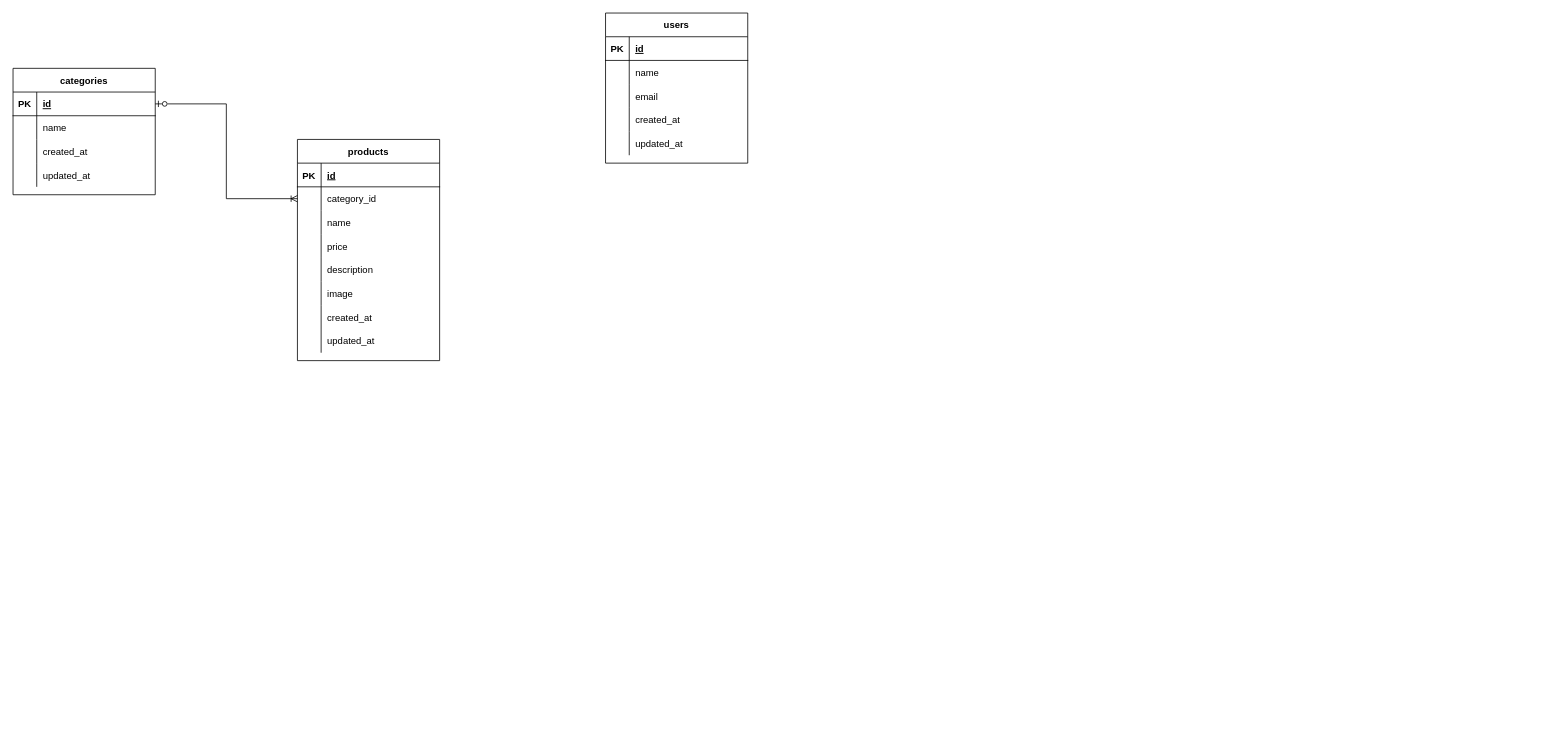
This is laravel-ecommerce.drawio from DaniHidayat/laravel-ecommerce, a draw.io file, before an edit. Source tidied: cells renumbered, new cells numbered last; positions are measured from the earlier drawing's top-left corner, leaving out a move shared by most shapes. Both pictures are drawn from the tidied source at 79%, with x=0, y=0 at pixel (13, 13).
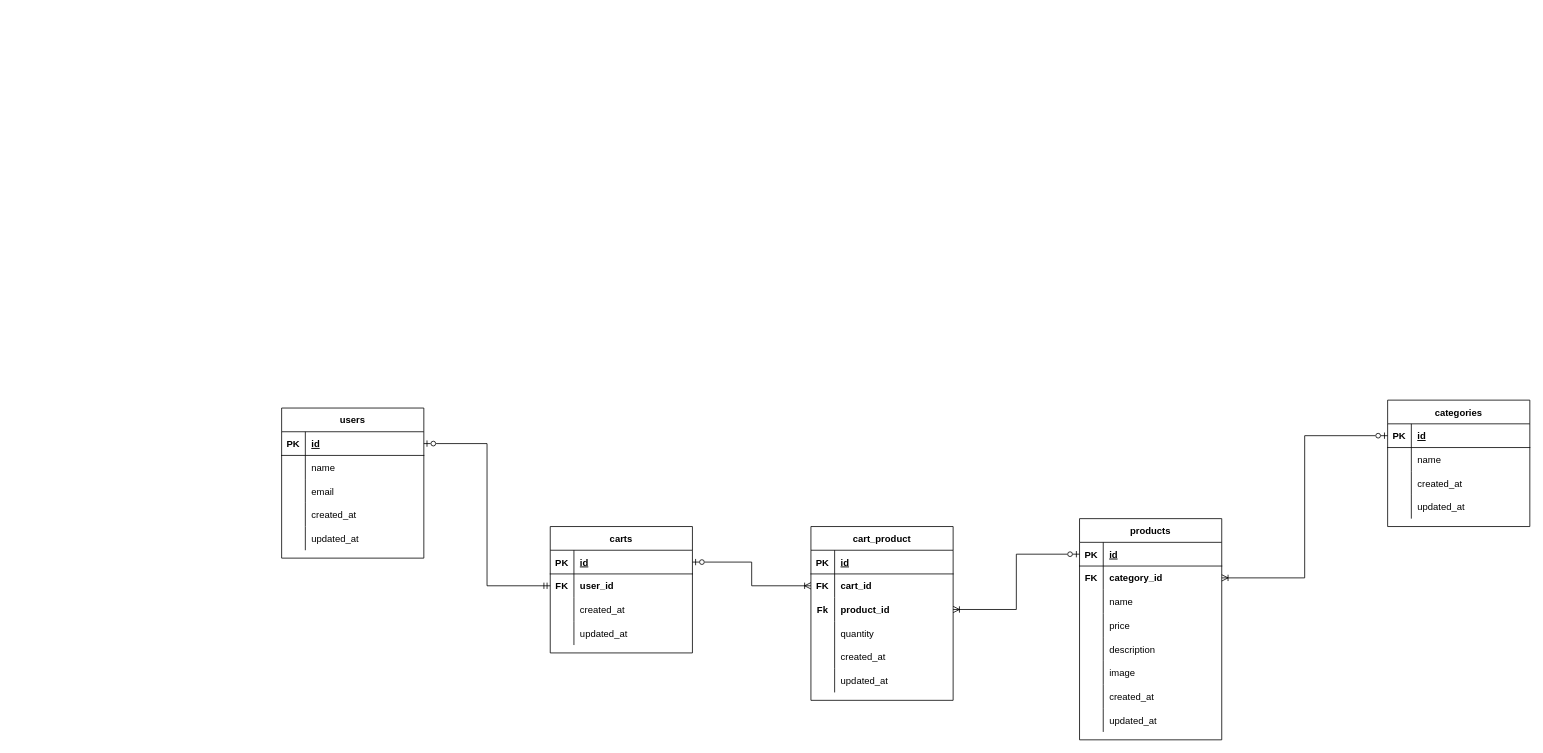
Above is the later version.

The change refers to these unchanged cells:
```xml
<mxCell id="3" style="shape=tableRow;horizontal=0;startSize=0;swimlaneHead=0;swimlaneBody=0;fillColor=none;points=[[0,0.5],[1,0.5]];portConstraint=eastwest;top=0;left=0;right=0;bottom=1;" parent="2" vertex="1">
  <mxGeometry y="30" width="180" height="30" as="geometry" />
</mxCell>
<mxCell id="19" style="shape=tableRow;horizontal=0;startSize=0;swimlaneHead=0;swimlaneBody=0;fillColor=none;points=[[0,0.5],[1,0.5]];portConstraint=eastwest;top=0;left=0;right=0;bottom=1;" parent="18" vertex="1">
  <mxGeometry y="30" width="180" height="30" as="geometry" />
</mxCell>
<mxCell id="32" style="shape=tableRow;horizontal=0;startSize=0;swimlaneHead=0;swimlaneBody=0;fillColor=none;points=[[0,0.5],[1,0.5]];portConstraint=eastwest;top=0;left=0;right=0;bottom=1;" parent="31" vertex="1">
  <mxGeometry y="30" width="180" height="30" as="geometry" />
</mxCell>
<mxCell id="35" style="shape=tableRow;horizontal=0;startSize=0;swimlaneHead=0;swimlaneBody=0;fillColor=none;points=[[0,0.5],[1,0.5]];portConstraint=eastwest;top=0;left=0;right=0;bottom=0;" parent="31" vertex="1">
  <mxGeometry y="60" width="180" height="30" as="geometry" />
</mxCell>
```

The edit, as a diff of the source:
```diff
@@
     <mxCell id="2" value="users" style="shape=table;startSize=30;childLayout=tableLayout;rowLines=0;fontStyle=1;align=center;" parent="1" vertex="1">
-      <mxGeometry x="750" width="180" height="190" as="geometry" />
+      <mxGeometry x="340" y="500" width="180" height="190" as="geometry" />
     </mxCell>
@@
     <mxCell id="18" value="categories" style="shape=table;startSize=30;childLayout=tableLayout;rowLines=0;fontStyle=1;align=center;" parent="1" vertex="1">
-      <mxGeometry y="70" width="180" height="160" as="geometry" />
+      <mxGeometry x="1740" y="490" width="180" height="160" as="geometry" />
     </mxCell>
@@
     <mxCell id="31" value="products" style="shape=table;startSize=30;childLayout=tableLayout;rowLines=0;fontStyle=1;align=center;" parent="1" vertex="1">
-      <mxGeometry x="360" y="160" width="180" height="280" as="geometry" />
+      <mxGeometry x="1350" y="640" width="180" height="280" as="geometry" />
     </mxCell>
@@
-    <mxCell id="36" style="shape=partialRectangle;fillColor=none;top=0;left=0;bottom=0;right=0;overflow=hidden;" parent="35" vertex="1">
+    <mxCell id="36" value="FK" style="shape=partialRectangle;fillColor=none;top=0;left=0;bottom=0;right=0;overflow=hidden;fontStyle=1;" parent="35" vertex="1">
       <mxGeometry width="30" height="30" as="geometry" />
     </mxCell>
-    <mxCell id="37" value="category_id" style="shape=partialRectangle;fillColor=none;top=0;left=0;bottom=0;right=0;align=left;spacingLeft=6;overflow=hidden;" parent="35" vertex="1">
+    <mxCell id="37" value="category_id" style="shape=partialRectangle;fillColor=none;top=0;left=0;bottom=0;right=0;align=left;spacingLeft=6;overflow=hidden;fontStyle=1;" parent="35" vertex="1">
       <mxGeometry x="30" width="150" height="30" as="geometry" />
     </mxCell>
@@
-    <mxCell id="56" style="edgeStyle=orthogonalEdgeStyle;rounded=0;jettySize=auto;html=1;entryX=0;entryY=0.5;entryDx=0;entryDy=0;startArrow=ERzeroToOne;startFill=0;endArrow=ERoneToMany;endFill=0;" parent="1" edge="1" source="19" target="35">
+    <mxCell id="56" style="edgeStyle=orthogonalEdgeStyle;rounded=0;jettySize=auto;html=1;entryX=1;entryY=0.5;entryDx=0;entryDy=0;startArrow=ERzeroToOne;startFill=0;endArrow=ERoneToMany;endFill=0;" parent="1" edge="1" source="19" target="35">
       <mxGeometry relative="1" as="geometry" />
     </mxCell>
+    <mxCell id="57" value="carts" style="shape=table;startSize=30;childLayout=tableLayout;rowLines=0;fontStyle=1;align=center;" parent="1" vertex="1">
+      <mxGeometry x="680" y="650" width="180" height="160" as="geometry" />
+    </mxCell>
+    <mxCell id="58" style="shape=tableRow;horizontal=0;startSize=0;swimlaneHead=0;swimlaneBody=0;fillColor=none;points=[[0,0.5],[1,0.5]];portConstraint=eastwest;top=0;left=0;right=0;bottom=1;" parent="57" vertex="1">
+      <mxGeometry y="30" width="180" height="30" as="geometry" />
+    </mxCell>
+    <mxCell id="59" value="PK" style="shape=partialRectangle;fillColor=none;top=0;left=0;bottom=0;right=0;fontStyle=1;overflow=hidden;" parent="58" vertex="1">
+      <mxGeometry width="30" height="30" as="geometry" />
+    </mxCell>
+    <mxCell id="60" value="id" style="shape=partialRectangle;fillColor=none;top=0;left=0;bottom=0;right=0;align=left;spacingLeft=6;fontStyle=5;overflow=hidden;" parent="58" vertex="1">
+      <mxGeometry x="30" width="150" height="30" as="geometry" />
+    </mxCell>
+    <mxCell id="61" style="shape=tableRow;horizontal=0;startSize=0;swimlaneHead=0;swimlaneBody=0;fillColor=none;points=[[0,0.5],[1,0.5]];portConstraint=eastwest;top=0;left=0;right=0;bottom=0;fontStyle=1;" parent="57" vertex="1">
+      <mxGeometry y="60" width="180" height="30" as="geometry" />
+    </mxCell>
+    <mxCell id="62" value="FK" style="shape=partialRectangle;fillColor=none;top=0;left=0;bottom=0;right=0;overflow=hidden;fontStyle=1;" parent="61" vertex="1">
+      <mxGeometry width="30" height="30" as="geometry" />
+    </mxCell>
+    <mxCell id="63" value="user_id" style="shape=partialRectangle;fillColor=none;top=0;left=0;bottom=0;right=0;align=left;spacingLeft=6;overflow=hidden;fontStyle=1;" parent="61" vertex="1">
+      <mxGeometry x="30" width="150" height="30" as="geometry" />
+    </mxCell>
+    <mxCell id="64" style="shape=tableRow;horizontal=0;startSize=0;swimlaneHead=0;swimlaneBody=0;fillColor=none;top=0;left=0;right=0;bottom=0;" parent="57" vertex="1">
+      <mxGeometry y="90" width="180" height="30" as="geometry" />
+    </mxCell>
+    <mxCell id="65" style="shape=partialRectangle;fillColor=none;top=0;left=0;bottom=0;right=0;overflow=hidden;" parent="64" vertex="1">
+      <mxGeometry width="30" height="30" as="geometry" />
+    </mxCell>
+    <mxCell id="66" value="created_at" style="shape=partialRectangle;fillColor=none;top=0;left=0;bottom=0;right=0;align=left;spacingLeft=6;overflow=hidden;" parent="64" vertex="1">
+      <mxGeometry x="30" width="150" height="30" as="geometry" />
+    </mxCell>
+    <mxCell id="67" style="shape=tableRow;horizontal=0;startSize=0;swimlaneHead=0;swimlaneBody=0;fillColor=none;top=0;left=0;right=0;bottom=0;" parent="57" vertex="1">
+      <mxGeometry y="120" width="180" height="30" as="geometry" />
+    </mxCell>
+    <mxCell id="68" style="shape=partialRectangle;fillColor=none;top=0;left=0;bottom=0;right=0;overflow=hidden;" parent="67" vertex="1">
+      <mxGeometry width="30" height="30" as="geometry" />
+    </mxCell>
+    <mxCell id="69" value="updated_at" style="shape=partialRectangle;fillColor=none;top=0;left=0;bottom=0;right=0;align=left;spacingLeft=6;overflow=hidden;" parent="67" vertex="1">
+      <mxGeometry x="30" width="150" height="30" as="geometry" />
+    </mxCell>
+    <mxCell id="70" style="edgeStyle=orthogonalEdgeStyle;rounded=0;jettySize=auto;html=1;entryX=0;entryY=0.5;entryDx=0;entryDy=0;startArrow=ERzeroToOne;startFill=0;endArrow=ERmandOne;endFill=0;" parent="1" edge="1" source="3" target="61">
+      <mxGeometry relative="1" as="geometry">
+        <Array as="points">
+          <mxPoint x="600" y="545" />
+          <mxPoint x="600" y="725" />
+        </Array>
+      </mxGeometry>
+    </mxCell>
+    <mxCell id="71" value="cart_product" style="shape=table;startSize=30;childLayout=tableLayout;rowLines=0;fontStyle=1;align=center;" parent="1" vertex="1">
+      <mxGeometry x="1010" y="650" width="180" height="220" as="geometry" />
+    </mxCell>
+    <mxCell id="72" style="shape=tableRow;horizontal=0;startSize=0;swimlaneHead=0;swimlaneBody=0;fillColor=none;top=0;left=0;right=0;bottom=1;" parent="71" vertex="1">
+      <mxGeometry y="30" width="180" height="30" as="geometry" />
+    </mxCell>
+    <mxCell id="73" value="PK" style="shape=partialRectangle;fillColor=none;top=0;left=0;bottom=0;right=0;fontStyle=1;overflow=hidden;" parent="72" vertex="1">
+      <mxGeometry width="30" height="30" as="geometry" />
+    </mxCell>
+    <mxCell id="74" value="id" style="shape=partialRectangle;fillColor=none;top=0;left=0;bottom=0;right=0;align=left;spacingLeft=6;fontStyle=5;overflow=hidden;" parent="72" vertex="1">
+      <mxGeometry x="30" width="150" height="30" as="geometry" />
+    </mxCell>
+    <mxCell id="75" style="shape=tableRow;horizontal=0;startSize=0;swimlaneHead=0;swimlaneBody=0;fillColor=none;points=[[0,0.5],[1,0.5]];portConstraint=eastwest;top=0;left=0;right=0;bottom=0;" parent="71" vertex="1">
+      <mxGeometry y="60" width="180" height="30" as="geometry" />
+    </mxCell>
+    <mxCell id="76" value="FK" style="shape=partialRectangle;fillColor=none;top=0;left=0;bottom=0;right=0;overflow=hidden;fontStyle=1;" parent="75" vertex="1">
+      <mxGeometry width="30" height="30" as="geometry" />
+    </mxCell>
+    <mxCell id="77" value="cart_id" style="shape=partialRectangle;fillColor=none;top=0;left=0;bottom=0;right=0;align=left;spacingLeft=6;overflow=hidden;fontStyle=1;" parent="75" vertex="1">
+      <mxGeometry x="30" width="150" height="30" as="geometry" />
+    </mxCell>
+    <mxCell id="78" style="shape=tableRow;horizontal=0;startSize=0;swimlaneHead=0;swimlaneBody=0;fillColor=none;points=[[0,0.5],[1,0.5]];portConstraint=eastwest;top=0;left=0;right=0;bottom=0;" parent="71" vertex="1">
+      <mxGeometry y="90" width="180" height="30" as="geometry" />
+    </mxCell>
+    <mxCell id="79" value="Fk" style="shape=partialRectangle;fillColor=none;top=0;left=0;bottom=0;right=0;overflow=hidden;fontStyle=1;" parent="78" vertex="1">
+      <mxGeometry width="30" height="30" as="geometry" />
+    </mxCell>
+    <mxCell id="80" value="product_id" style="shape=partialRectangle;fillColor=none;top=0;left=0;bottom=0;right=0;align=left;spacingLeft=6;overflow=hidden;fontStyle=1;" parent="78" vertex="1">
+      <mxGeometry x="30" width="150" height="30" as="geometry" />
+    </mxCell>
+    <mxCell id="81" style="shape=tableRow;horizontal=0;startSize=0;swimlaneHead=0;swimlaneBody=0;fillColor=none;top=0;left=0;right=0;bottom=0;" parent="71" vertex="1">
+      <mxGeometry y="120" width="180" height="30" as="geometry" />
+    </mxCell>
+    <mxCell id="82" style="shape=partialRectangle;fillColor=none;top=0;left=0;bottom=0;right=0;overflow=hidden;" parent="81" vertex="1">
+      <mxGeometry width="30" height="30" as="geometry" />
+    </mxCell>
+    <mxCell id="83" value="quantity" style="shape=partialRectangle;fillColor=none;top=0;left=0;bottom=0;right=0;align=left;spacingLeft=6;overflow=hidden;" parent="81" vertex="1">
+      <mxGeometry x="30" width="150" height="30" as="geometry" />
+    </mxCell>
+    <mxCell id="84" style="shape=tableRow;horizontal=0;startSize=0;swimlaneHead=0;swimlaneBody=0;fillColor=none;top=0;left=0;right=0;bottom=0;" parent="71" vertex="1">
+      <mxGeometry y="150" width="180" height="30" as="geometry" />
+    </mxCell>
+    <mxCell id="85" style="shape=partialRectangle;fillColor=none;top=0;left=0;bottom=0;right=0;overflow=hidden;" parent="84" vertex="1">
+      <mxGeometry width="30" height="30" as="geometry" />
+    </mxCell>
+    <mxCell id="86" value="created_at" style="shape=partialRectangle;fillColor=none;top=0;left=0;bottom=0;right=0;align=left;spacingLeft=6;overflow=hidden;" parent="84" vertex="1">
+      <mxGeometry x="30" width="150" height="30" as="geometry" />
+    </mxCell>
+    <mxCell id="87" style="shape=tableRow;horizontal=0;startSize=0;swimlaneHead=0;swimlaneBody=0;fillColor=none;top=0;left=0;right=0;bottom=0;" parent="71" vertex="1">
+      <mxGeometry y="180" width="180" height="30" as="geometry" />
+    </mxCell>
+    <mxCell id="88" style="shape=partialRectangle;fillColor=none;top=0;left=0;bottom=0;right=0;overflow=hidden;" parent="87" vertex="1">
+      <mxGeometry width="30" height="30" as="geometry" />
+    </mxCell>
+    <mxCell id="89" value="updated_at" style="shape=partialRectangle;fillColor=none;top=0;left=0;bottom=0;right=0;align=left;spacingLeft=6;overflow=hidden;" parent="87" vertex="1">
+      <mxGeometry x="30" width="150" height="30" as="geometry" />
+    </mxCell>
+    <mxCell id="90" style="edgeStyle=orthogonalEdgeStyle;rounded=0;jettySize=auto;html=1;startArrow=ERzeroToOne;startFill=0;endArrow=ERoneToMany;endFill=0;" parent="1" edge="1" source="58" target="75">
+      <mxGeometry relative="1" as="geometry" />
+    </mxCell>
+    <mxCell id="91" style="edgeStyle=orthogonalEdgeStyle;rounded=0;jettySize=auto;html=1;startArrow=ERzeroToOne;startFill=0;endArrow=ERoneToMany;endFill=0;" parent="1" edge="1" source="32" target="78">
+      <mxGeometry relative="1" as="geometry" />
+    </mxCell>
```
